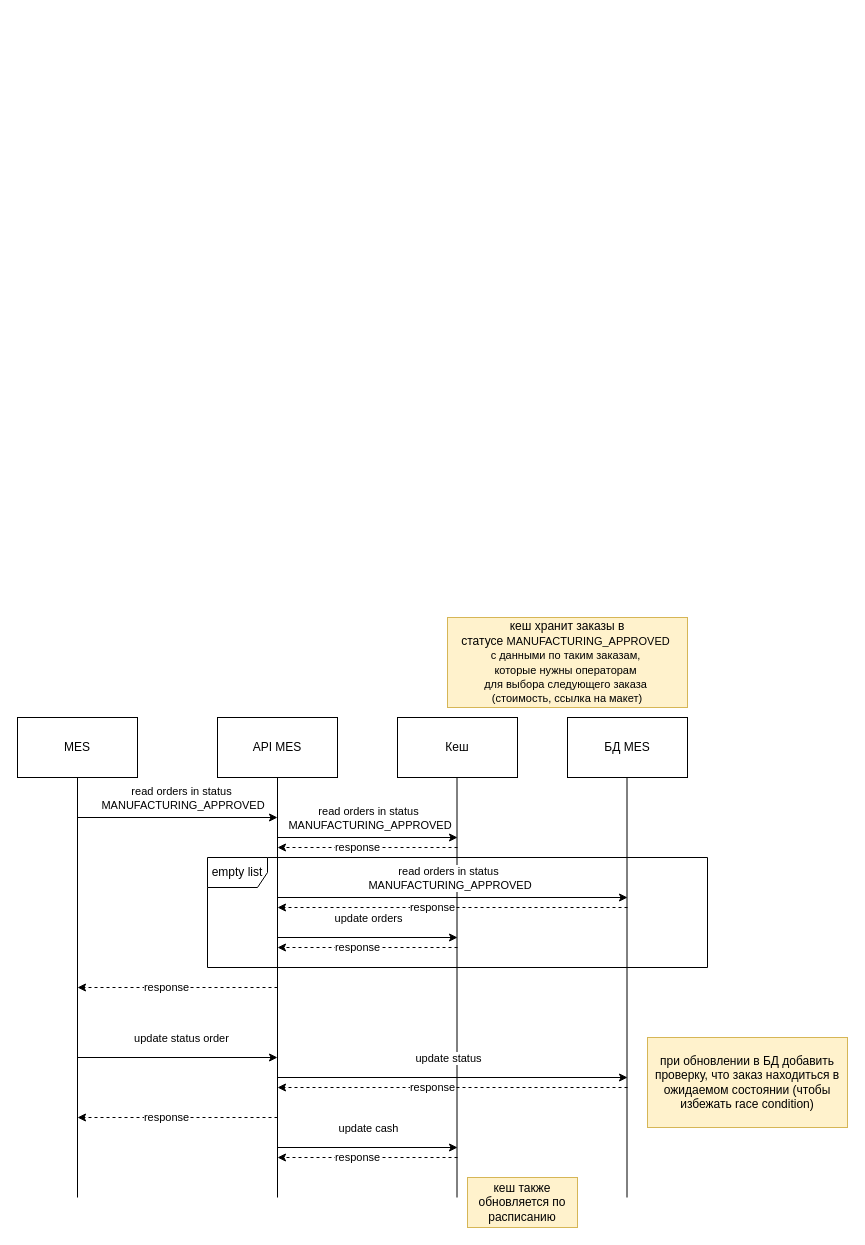
ndubinina/ya-architecture-pro-alexandrite keeps this draw.io diagram as Task5/cash_sequence.drawio. Above is the earlier version. Source tidied: cells renumbered, new cells numbered last; positions are measured from the earlier drawing's top-left corner, leaving out a move shared by most shapes. Both pictures are drawn from the tidied source at 100%, with x=0, y=0 at pixel (17, 617).
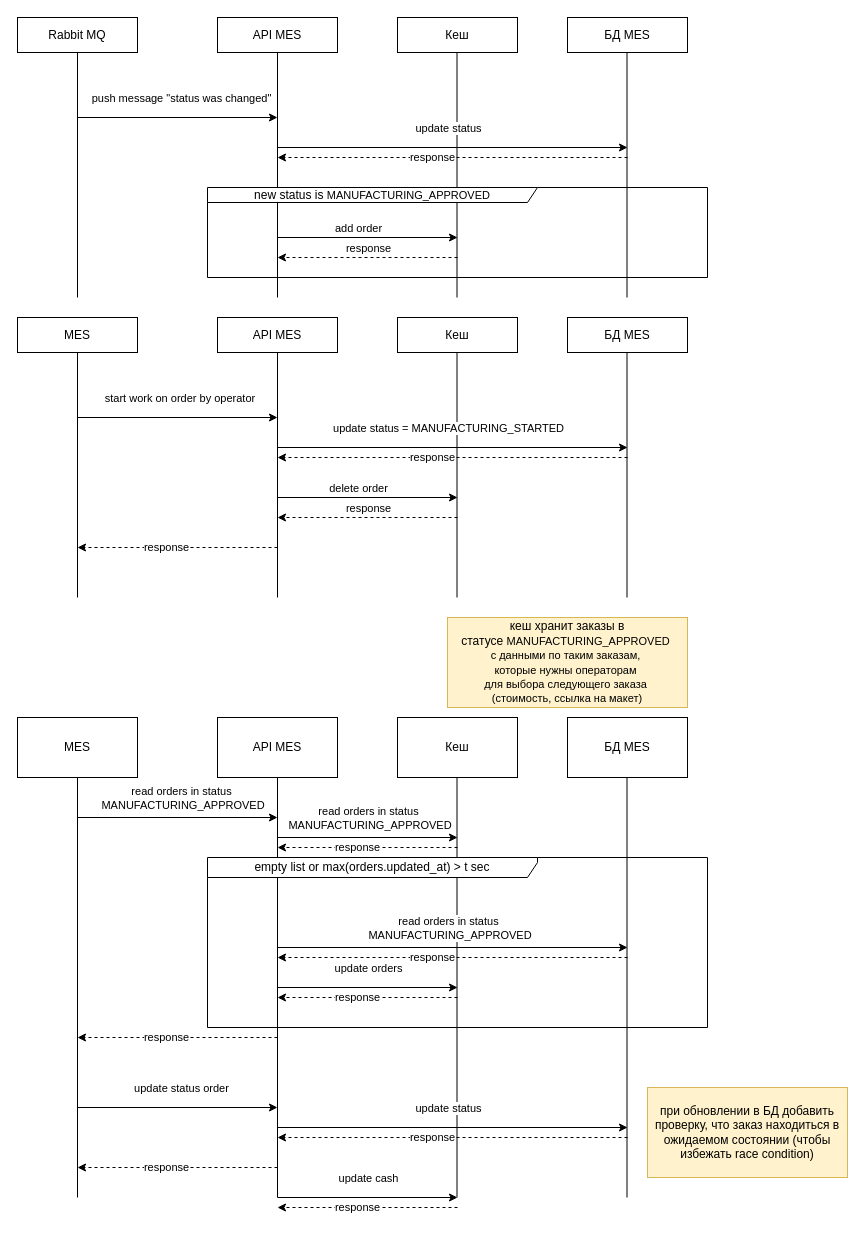
The same page after the edit.

Diff of the diagram source:
```diff
@@
-    <mxCell id="18" value="empty list" style="shape=umlFrame;whiteSpace=wrap;html=1;" parent="1" vertex="1">
-      <mxGeometry x="190" y="240" width="500" height="110" as="geometry" />
+    <mxCell id="18" value="empty list or max(orders.updated_at) &amp;gt; t sec" style="shape=umlFrame;whiteSpace=wrap;html=1;width=330;height=20;" parent="1" vertex="1">
+      <mxGeometry x="190" y="240" width="500" height="170" as="geometry" />
     </mxCell>
     <mxCell id="19" style="endArrow=classic;html=1;rounded=0;" parent="1" edge="1">
       <mxGeometry relative="1" as="geometry">
-        <mxPoint x="260" y="280" as="sourcePoint" />
-        <mxPoint x="610" y="280" as="targetPoint" />
+        <mxPoint x="260" y="330" as="sourcePoint" />
+        <mxPoint x="610" y="330" as="targetPoint" />
       </mxGeometry>
     </mxCell>
@@
     <mxCell id="21" style="endArrow=classic;html=1;rounded=0;" parent="1" edge="1">
       <mxGeometry relative="1" as="geometry">
-        <mxPoint x="260" y="320" as="sourcePoint" />
-        <mxPoint x="440" y="320" as="targetPoint" />
+        <mxPoint x="260" y="370" as="sourcePoint" />
+        <mxPoint x="440" y="370" as="targetPoint" />
       </mxGeometry>
     </mxCell>
@@
     <mxCell id="23" style="endArrow=classic;html=1;rounded=0;dashed=1;" parent="1" edge="1">
       <mxGeometry relative="1" as="geometry">
-        <mxPoint x="260" y="370" as="sourcePoint" />
-        <mxPoint x="60" y="370" as="targetPoint" />
+        <mxPoint x="260" y="420" as="sourcePoint" />
+        <mxPoint x="60" y="420" as="targetPoint" />
       </mxGeometry>
     </mxCell>
@@
     <mxCell id="25" style="endArrow=classic;html=1;rounded=0;dashed=1;" parent="1" edge="1">
       <mxGeometry relative="1" as="geometry">
-        <mxPoint x="440" y="330" as="sourcePoint" />
-        <mxPoint x="260" y="330" as="targetPoint" />
+        <mxPoint x="440" y="380" as="sourcePoint" />
+        <mxPoint x="260" y="380" as="targetPoint" />
       </mxGeometry>
     </mxCell>
@@
     <mxCell id="29" style="endArrow=classic;html=1;rounded=0;dashed=1;" parent="1" edge="1">
       <mxGeometry relative="1" as="geometry">
-        <mxPoint x="610" y="290" as="sourcePoint" />
-        <mxPoint x="260" y="290" as="targetPoint" />
+        <mxPoint x="610" y="340" as="sourcePoint" />
+        <mxPoint x="260" y="340" as="targetPoint" />
       </mxGeometry>
     </mxCell>
@@
     <mxCell id="31" style="endArrow=classic;html=1;rounded=0;" parent="1" edge="1">
       <mxGeometry relative="1" as="geometry">
-        <mxPoint x="60" y="440" as="sourcePoint" />
-        <mxPoint x="260" y="440" as="targetPoint" />
+        <mxPoint x="60" y="490" as="sourcePoint" />
+        <mxPoint x="260" y="490" as="targetPoint" />
       </mxGeometry>
     </mxCell>
@@
     <mxCell id="33" style="endArrow=classic;html=1;rounded=0;dashed=1;" parent="1" edge="1">
       <mxGeometry relative="1" as="geometry">
-        <mxPoint x="260" y="500" as="sourcePoint" />
-        <mxPoint x="60" y="500" as="targetPoint" />
+        <mxPoint x="260" y="550" as="sourcePoint" />
+        <mxPoint x="60" y="550" as="targetPoint" />
       </mxGeometry>
     </mxCell>
@@
     <mxCell id="35" style="endArrow=classic;html=1;rounded=0;" parent="1" edge="1">
       <mxGeometry relative="1" as="geometry">
-        <mxPoint x="260" y="460" as="sourcePoint" />
-        <mxPoint x="610" y="460" as="targetPoint" />
+        <mxPoint x="260" y="510" as="sourcePoint" />
+        <mxPoint x="610" y="510" as="targetPoint" />
       </mxGeometry>
     </mxCell>
@@
     <mxCell id="37" style="endArrow=classic;html=1;rounded=0;dashed=1;" parent="1" edge="1">
       <mxGeometry relative="1" as="geometry">
-        <mxPoint x="610" y="470" as="sourcePoint" />
-        <mxPoint x="260" y="470" as="targetPoint" />
+        <mxPoint x="610" y="520" as="sourcePoint" />
+        <mxPoint x="260" y="520" as="targetPoint" />
       </mxGeometry>
     </mxCell>
@@
     <mxCell id="39" style="endArrow=classic;html=1;rounded=0;" parent="1" edge="1">
       <mxGeometry relative="1" as="geometry">
-        <mxPoint x="260" y="530" as="sourcePoint" />
-        <mxPoint x="440" y="530" as="targetPoint" />
+        <mxPoint x="260" y="580" as="sourcePoint" />
+        <mxPoint x="440" y="580" as="targetPoint" />
       </mxGeometry>
     </mxCell>
@@
     <mxCell id="41" style="endArrow=classic;html=1;rounded=0;dashed=1;" parent="1" edge="1">
       <mxGeometry relative="1" as="geometry">
-        <mxPoint x="440" y="540" as="sourcePoint" />
-        <mxPoint x="260" y="540" as="targetPoint" />
+        <mxPoint x="440" y="590" as="sourcePoint" />
+        <mxPoint x="260" y="590" as="targetPoint" />
       </mxGeometry>
     </mxCell>
@@
-    <mxCell id="43" value="кеш также обновляется по расписанию" style="html=1;whiteSpace=wrap;fillColor=#fff2cc;strokeColor=#d6b656;" parent="1" vertex="1">
-      <mxGeometry x="450" y="560" width="110" height="50" as="geometry" />
-    </mxCell>
     <mxCell id="44" value="при обновлении в БД добавить проверку, что заказ находиться в ожидаемом состоянии (чтобы избежать race condition)" style="html=1;whiteSpace=wrap;fillColor=#fff2cc;strokeColor=#d6b656;" parent="1" vertex="1">
-      <mxGeometry x="630" y="420" width="200" height="90" as="geometry" />
+      <mxGeometry x="630" y="470" width="200" height="90" as="geometry" />
     </mxCell>
@@
+    <mxCell id="46" style="group;" parent="1" vertex="1">
+      <mxGeometry x="550" y="-600" width="120" height="280" as="geometry" />
+    </mxCell>
+    <mxCell id="47" value="БД MES" style="rounded=0;whiteSpace=wrap;html=1;" parent="46" vertex="1">
+      <mxGeometry width="120" height="35" as="geometry" />
+    </mxCell>
+    <mxCell id="48" style="endArrow=none;html=1;rounded=0;entryX=0.5;entryY=1;entryDx=0;entryDy=0;" parent="46" edge="1">
+      <mxGeometry relative="1" as="geometry">
+        <mxPoint x="59.5" y="280" as="sourcePoint" />
+        <mxPoint x="59.5" y="35" as="targetPoint" />
+      </mxGeometry>
+    </mxCell>
+    <mxCell id="49" style="group;" parent="1" vertex="1">
+      <mxGeometry x="380" y="-600" width="120" height="280" as="geometry" />
+    </mxCell>
+    <mxCell id="50" value="Кеш" style="rounded=0;whiteSpace=wrap;html=1;" parent="49" vertex="1">
+      <mxGeometry width="120" height="35" as="geometry" />
+    </mxCell>
+    <mxCell id="51" style="endArrow=none;html=1;rounded=0;entryX=0.5;entryY=1;entryDx=0;entryDy=0;" parent="49" edge="1">
+      <mxGeometry relative="1" as="geometry">
+        <mxPoint x="59.5" y="280" as="sourcePoint" />
+        <mxPoint x="59.5" y="35" as="targetPoint" />
+      </mxGeometry>
+    </mxCell>
+    <mxCell id="52" style="group;" parent="1" vertex="1">
+      <mxGeometry x="200" y="-600" width="120" height="280" as="geometry" />
+    </mxCell>
+    <mxCell id="53" value="API MES" style="rounded=0;whiteSpace=wrap;html=1;" parent="52" vertex="1">
+      <mxGeometry width="120" height="35" as="geometry" />
+    </mxCell>
+    <mxCell id="54" style="endArrow=none;html=1;rounded=0;entryX=0.5;entryY=1;entryDx=0;entryDy=0;" parent="52" edge="1">
+      <mxGeometry relative="1" as="geometry">
+        <mxPoint x="60" y="280" as="sourcePoint" />
+        <mxPoint x="60" y="35" as="targetPoint" />
+      </mxGeometry>
+    </mxCell>
+    <mxCell id="55" style="group;" parent="1" vertex="1">
+      <mxGeometry y="-600" width="120" height="280" as="geometry" />
+    </mxCell>
+    <mxCell id="56" value="Rabbit MQ" style="rounded=0;whiteSpace=wrap;html=1;" parent="55" vertex="1">
+      <mxGeometry width="120" height="35" as="geometry" />
+    </mxCell>
+    <mxCell id="57" style="endArrow=none;html=1;rounded=0;entryX=0.5;entryY=1;entryDx=0;entryDy=0;" parent="55" edge="1" target="56">
+      <mxGeometry relative="1" as="geometry">
+        <mxPoint x="60" y="280" as="sourcePoint" />
+      </mxGeometry>
+    </mxCell>
+    <mxCell id="58" style="endArrow=classic;html=1;rounded=0;" parent="1" edge="1">
+      <mxGeometry relative="1" as="geometry">
+        <mxPoint x="60" y="-500" as="sourcePoint" />
+        <mxPoint x="260" y="-500" as="targetPoint" />
+      </mxGeometry>
+    </mxCell>
+    <mxCell id="59" value="push message &quot;status was changed&quot;&lt;div&gt;&lt;/div&gt;" style="edgeLabel;html=1;align=center;verticalAlign=middle;" parent="58" vertex="1">
+      <mxGeometry x="0.03" y="3" relative="1" as="geometry">
+        <mxPoint y="-17" as="offset" />
+      </mxGeometry>
+    </mxCell>
+    <mxCell id="60" value="new status is&amp;nbsp;&lt;span style=&quot;font-size: 11px; text-wrap-mode: nowrap; background-color: rgb(255, 255, 255);&quot;&gt;MANUFACTURING_APPROVED&lt;/span&gt;" style="shape=umlFrame;whiteSpace=wrap;html=1;width=330;height=15;" parent="1" vertex="1">
+      <mxGeometry x="190" y="-430" width="500" height="90" as="geometry" />
+    </mxCell>
+    <mxCell id="61" style="endArrow=classic;html=1;rounded=0;" parent="1" edge="1">
+      <mxGeometry relative="1" as="geometry">
+        <mxPoint x="260" y="-380" as="sourcePoint" />
+        <mxPoint x="440" y="-380" as="targetPoint" />
+      </mxGeometry>
+    </mxCell>
+    <mxCell id="62" value="add order" style="edgeLabel;html=1;align=center;verticalAlign=middle;" parent="61" vertex="1">
+      <mxGeometry x="-0.06" y="-3" relative="1" as="geometry">
+        <mxPoint x="-5" y="-13" as="offset" />
+      </mxGeometry>
+    </mxCell>
+    <mxCell id="63" style="endArrow=classic;html=1;rounded=0;dashed=1;" parent="1" edge="1">
+      <mxGeometry relative="1" as="geometry">
+        <mxPoint x="440" y="-360" as="sourcePoint" />
+        <mxPoint x="260" y="-360" as="targetPoint" />
+      </mxGeometry>
+    </mxCell>
+    <mxCell id="64" value="response" style="edgeLabel;html=1;align=center;verticalAlign=middle;" parent="63" vertex="1">
+      <mxGeometry x="0.12" y="-1" relative="1" as="geometry">
+        <mxPoint x="11" y="-9" as="offset" />
+      </mxGeometry>
+    </mxCell>
+    <mxCell id="65" style="endArrow=classic;html=1;rounded=0;" parent="1" edge="1">
+      <mxGeometry relative="1" as="geometry">
+        <mxPoint x="260" y="-470" as="sourcePoint" />
+        <mxPoint x="610" y="-470" as="targetPoint" />
+      </mxGeometry>
+    </mxCell>
+    <mxCell id="66" value="update status" style="edgeLabel;html=1;align=center;verticalAlign=middle;" parent="65" vertex="1">
+      <mxGeometry x="-0.06" y="-3" relative="1" as="geometry">
+        <mxPoint x="5" y="-23" as="offset" />
+      </mxGeometry>
+    </mxCell>
+    <mxCell id="67" style="endArrow=classic;html=1;rounded=0;dashed=1;" parent="1" edge="1">
+      <mxGeometry relative="1" as="geometry">
+        <mxPoint x="610" y="-460" as="sourcePoint" />
+        <mxPoint x="260" y="-460" as="targetPoint" />
+      </mxGeometry>
+    </mxCell>
+    <mxCell id="68" value="response" style="edgeLabel;html=1;align=center;verticalAlign=middle;" parent="67" vertex="1">
+      <mxGeometry x="0.12" y="-1" relative="1" as="geometry" />
+    </mxCell>
+    <mxCell id="69" style="group;" parent="1" vertex="1">
+      <mxGeometry x="550" y="-300" width="120" height="280" as="geometry" />
+    </mxCell>
+    <mxCell id="70" value="БД MES" style="rounded=0;whiteSpace=wrap;html=1;" parent="69" vertex="1">
+      <mxGeometry width="120" height="35" as="geometry" />
+    </mxCell>
+    <mxCell id="71" style="endArrow=none;html=1;rounded=0;entryX=0.5;entryY=1;entryDx=0;entryDy=0;" parent="69" edge="1">
+      <mxGeometry relative="1" as="geometry">
+        <mxPoint x="59.5" y="280" as="sourcePoint" />
+        <mxPoint x="59.5" y="35" as="targetPoint" />
+      </mxGeometry>
+    </mxCell>
+    <mxCell id="72" style="group;" parent="1" vertex="1">
+      <mxGeometry x="380" y="-300" width="120" height="280" as="geometry" />
+    </mxCell>
+    <mxCell id="73" value="Кеш" style="rounded=0;whiteSpace=wrap;html=1;" parent="72" vertex="1">
+      <mxGeometry width="120" height="35" as="geometry" />
+    </mxCell>
+    <mxCell id="74" style="endArrow=none;html=1;rounded=0;entryX=0.5;entryY=1;entryDx=0;entryDy=0;" parent="72" edge="1">
+      <mxGeometry relative="1" as="geometry">
+        <mxPoint x="59.5" y="280" as="sourcePoint" />
+        <mxPoint x="59.5" y="35" as="targetPoint" />
+      </mxGeometry>
+    </mxCell>
+    <mxCell id="75" style="group;" parent="1" vertex="1">
+      <mxGeometry x="200" y="-300" width="120" height="280" as="geometry" />
+    </mxCell>
+    <mxCell id="76" value="API MES" style="rounded=0;whiteSpace=wrap;html=1;" parent="75" vertex="1">
+      <mxGeometry width="120" height="35" as="geometry" />
+    </mxCell>
+    <mxCell id="77" style="endArrow=none;html=1;rounded=0;entryX=0.5;entryY=1;entryDx=0;entryDy=0;" parent="75" edge="1">
+      <mxGeometry relative="1" as="geometry">
+        <mxPoint x="60" y="280" as="sourcePoint" />
+        <mxPoint x="60" y="35" as="targetPoint" />
+      </mxGeometry>
+    </mxCell>
+    <mxCell id="78" style="group;" parent="1" vertex="1">
+      <mxGeometry y="-300" width="120" height="280" as="geometry" />
+    </mxCell>
+    <mxCell id="79" value="MES" style="rounded=0;whiteSpace=wrap;html=1;" parent="78" vertex="1">
+      <mxGeometry width="120" height="35" as="geometry" />
+    </mxCell>
+    <mxCell id="80" style="endArrow=none;html=1;rounded=0;entryX=0.5;entryY=1;entryDx=0;entryDy=0;" parent="78" edge="1" target="79">
+      <mxGeometry relative="1" as="geometry">
+        <mxPoint x="60" y="280" as="sourcePoint" />
+      </mxGeometry>
+    </mxCell>
+    <mxCell id="81" style="endArrow=classic;html=1;rounded=0;" parent="1" edge="1">
+      <mxGeometry relative="1" as="geometry">
+        <mxPoint x="60" y="-200" as="sourcePoint" />
+        <mxPoint x="260" y="-200" as="targetPoint" />
+      </mxGeometry>
+    </mxCell>
+    <mxCell id="82" value="start work on order by operator&amp;nbsp;&lt;div&gt;&lt;/div&gt;" style="edgeLabel;html=1;align=center;verticalAlign=middle;" parent="81" vertex="1">
+      <mxGeometry x="0.03" y="3" relative="1" as="geometry">
+        <mxPoint y="-17" as="offset" />
+      </mxGeometry>
+    </mxCell>
+    <mxCell id="83" style="endArrow=classic;html=1;rounded=0;" parent="1" edge="1">
+      <mxGeometry relative="1" as="geometry">
+        <mxPoint x="260" y="-120" as="sourcePoint" />
+        <mxPoint x="440" y="-120" as="targetPoint" />
+      </mxGeometry>
+    </mxCell>
+    <mxCell id="84" value="delete order" style="edgeLabel;html=1;align=center;verticalAlign=middle;" parent="83" vertex="1">
+      <mxGeometry x="-0.06" y="-3" relative="1" as="geometry">
+        <mxPoint x="-5" y="-13" as="offset" />
+      </mxGeometry>
+    </mxCell>
+    <mxCell id="85" style="endArrow=classic;html=1;rounded=0;dashed=1;" parent="1" edge="1">
+      <mxGeometry relative="1" as="geometry">
+        <mxPoint x="440" y="-100" as="sourcePoint" />
+        <mxPoint x="260" y="-100" as="targetPoint" />
+      </mxGeometry>
+    </mxCell>
+    <mxCell id="86" value="response" style="edgeLabel;html=1;align=center;verticalAlign=middle;" parent="85" vertex="1">
+      <mxGeometry x="0.12" y="-1" relative="1" as="geometry">
+        <mxPoint x="11" y="-9" as="offset" />
+      </mxGeometry>
+    </mxCell>
+    <mxCell id="87" style="endArrow=classic;html=1;rounded=0;" parent="1" edge="1">
+      <mxGeometry relative="1" as="geometry">
+        <mxPoint x="260" y="-170" as="sourcePoint" />
+        <mxPoint x="610" y="-170" as="targetPoint" />
+      </mxGeometry>
+    </mxCell>
+    <mxCell id="88" value="update status =&amp;nbsp;MANUFACTURING_STARTED" style="edgeLabel;html=1;align=center;verticalAlign=middle;" parent="87" vertex="1">
+      <mxGeometry x="-0.06" y="-3" relative="1" as="geometry">
+        <mxPoint x="5" y="-23" as="offset" />
+      </mxGeometry>
+    </mxCell>
+    <mxCell id="89" style="endArrow=classic;html=1;rounded=0;dashed=1;" parent="1" edge="1">
+      <mxGeometry relative="1" as="geometry">
+        <mxPoint x="610" y="-160" as="sourcePoint" />
+        <mxPoint x="260" y="-160" as="targetPoint" />
+      </mxGeometry>
+    </mxCell>
+    <mxCell id="90" value="response" style="edgeLabel;html=1;align=center;verticalAlign=middle;" parent="89" vertex="1">
+      <mxGeometry x="0.12" y="-1" relative="1" as="geometry" />
+    </mxCell>
+    <mxCell id="91" style="endArrow=classic;html=1;rounded=0;dashed=1;" parent="1" edge="1">
+      <mxGeometry relative="1" as="geometry">
+        <mxPoint x="260" y="-70" as="sourcePoint" />
+        <mxPoint x="60" y="-70" as="targetPoint" />
+      </mxGeometry>
+    </mxCell>
+    <mxCell id="92" value="response" style="edgeLabel;html=1;align=center;verticalAlign=middle;" parent="91" vertex="1">
+      <mxGeometry x="0.12" y="-1" relative="1" as="geometry" />
+    </mxCell>
```
